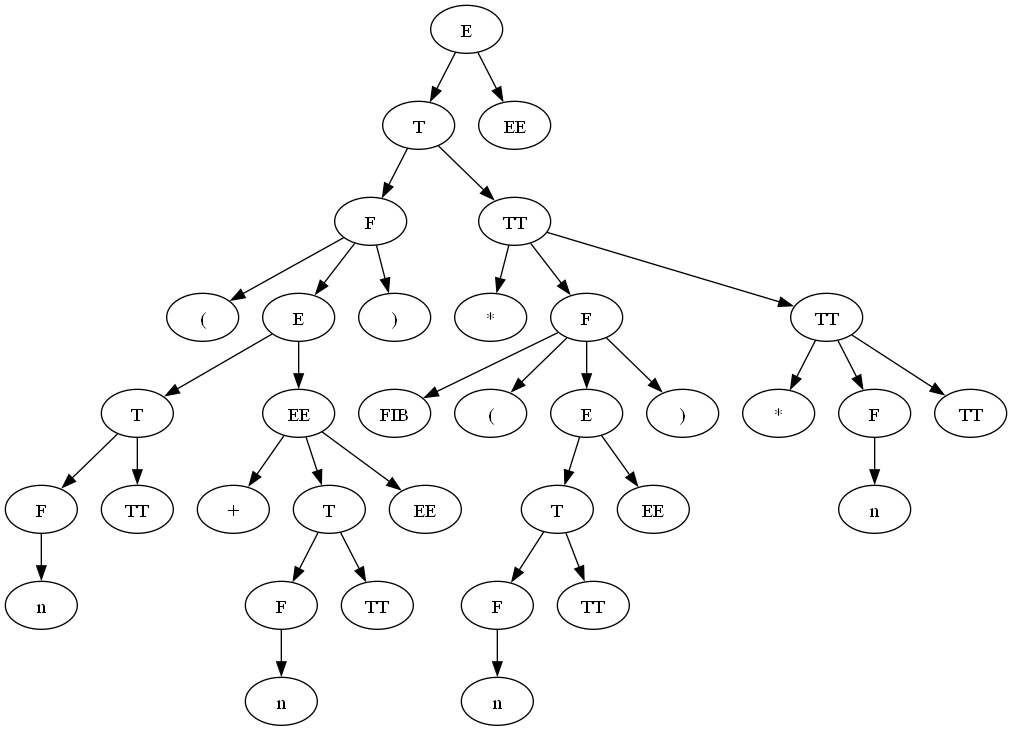
Before: lab4/graphA3.png, a diagram exported from Graphviz (Ultimatereo/MT). Its source is kept beside it as lab4/graphA3.dot. Source of this version:
```dot
digraph ParserResult {
"NonTerminal[name=E]_74" [label="E"]
"NonTerminal[name=T]_72" [label="T"]
"NonTerminal[name=E]_74"->"NonTerminal[name=T]_72";
"NonTerminal[name=T]_72" [label="T"]
"NonTerminal[name=F]_54" [label="F"]
"NonTerminal[name=T]_72"->"NonTerminal[name=F]_54";
"NonTerminal[name=F]_54" [label="F"]
"Token{name='(', value='('}_40" [label="("]
"NonTerminal[name=F]_54"->"Token{name='(', value='('}_40";
"Token{name='(', value='('}_40" [label="("]
"NonTerminal[name=E]_52" [label="E"]
"NonTerminal[name=F]_54"->"NonTerminal[name=E]_52";
"NonTerminal[name=E]_52" [label="E"]
"NonTerminal[name=T]_44" [label="T"]
"NonTerminal[name=E]_52"->"NonTerminal[name=T]_44";
"NonTerminal[name=T]_44" [label="T"]
"NonTerminal[name=F]_42" [label="F"]
"NonTerminal[name=T]_44"->"NonTerminal[name=F]_42";
"NonTerminal[name=F]_42" [label="F"]
"Token{name='n', value='1'}_41" [label="n"]
"NonTerminal[name=F]_42"->"Token{name='n', value='1'}_41";
"Token{name='n', value='1'}_41" [label="n"]
"NonTerminal[name=TT]_43" [label="TT"]
"NonTerminal[name=T]_44"->"NonTerminal[name=TT]_43";
"NonTerminal[name=TT]_43" [label="TT"]
"NonTerminal[name=EE]_51" [label="EE"]
"NonTerminal[name=E]_52"->"NonTerminal[name=EE]_51";
"NonTerminal[name=EE]_51" [label="EE"]
"Token{name='+', value='+'}_45" [label="+"]
"NonTerminal[name=EE]_51"->"Token{name='+', value='+'}_45";
"Token{name='+', value='+'}_45" [label="+"]
"NonTerminal[name=T]_49" [label="T"]
"NonTerminal[name=EE]_51"->"NonTerminal[name=T]_49";
"NonTerminal[name=T]_49" [label="T"]
"NonTerminal[name=F]_47" [label="F"]
"NonTerminal[name=T]_49"->"NonTerminal[name=F]_47";
"NonTerminal[name=F]_47" [label="F"]
"Token{name='n', value='2'}_46" [label="n"]
"NonTerminal[name=F]_47"->"Token{name='n', value='2'}_46";
"Token{name='n', value='2'}_46" [label="n"]
"NonTerminal[name=TT]_48" [label="TT"]
"NonTerminal[name=T]_49"->"NonTerminal[name=TT]_48";
"NonTerminal[name=TT]_48" [label="TT"]
"NonTerminal[name=EE]_50" [label="EE"]
"NonTerminal[name=EE]_51"->"NonTerminal[name=EE]_50";
"NonTerminal[name=EE]_50" [label="EE"]
"Token{name=')', value=')'}_53" [label=")"]
"NonTerminal[name=F]_54"->"Token{name=')', value=')'}_53";
"Token{name=')', value=')'}_53" [label=")"]
"NonTerminal[name=TT]_71" [label="TT"]
"NonTerminal[name=T]_72"->"NonTerminal[name=TT]_71";
"NonTerminal[name=TT]_71" [label="TT"]
"Token{name='*', value='*'}_55" [label="*"]
"NonTerminal[name=TT]_71"->"Token{name='*', value='*'}_55";
"Token{name='*', value='*'}_55" [label="*"]
"NonTerminal[name=F]_65" [label="F"]
"NonTerminal[name=TT]_71"->"NonTerminal[name=F]_65";
"NonTerminal[name=F]_65" [label="F"]
"Token{name='FIB', value='fib'}_56" [label="FIB"]
"NonTerminal[name=F]_65"->"Token{name='FIB', value='fib'}_56";
"Token{name='FIB', value='fib'}_56" [label="FIB"]
"Token{name='(', value='('}_57" [label="("]
"NonTerminal[name=F]_65"->"Token{name='(', value='('}_57";
"Token{name='(', value='('}_57" [label="("]
"NonTerminal[name=E]_63" [label="E"]
"NonTerminal[name=F]_65"->"NonTerminal[name=E]_63";
"NonTerminal[name=E]_63" [label="E"]
"NonTerminal[name=T]_61" [label="T"]
"NonTerminal[name=E]_63"->"NonTerminal[name=T]_61";
"NonTerminal[name=T]_61" [label="T"]
"NonTerminal[name=F]_59" [label="F"]
"NonTerminal[name=T]_61"->"NonTerminal[name=F]_59";
"NonTerminal[name=F]_59" [label="F"]
"Token{name='n', value='3'}_58" [label="n"]
"NonTerminal[name=F]_59"->"Token{name='n', value='3'}_58";
"Token{name='n', value='3'}_58" [label="n"]
"NonTerminal[name=TT]_60" [label="TT"]
"NonTerminal[name=T]_61"->"NonTerminal[name=TT]_60";
"NonTerminal[name=TT]_60" [label="TT"]
"NonTerminal[name=EE]_62" [label="EE"]
"NonTerminal[name=E]_63"->"NonTerminal[name=EE]_62";
"NonTerminal[name=EE]_62" [label="EE"]
"Token{name=')', value=')'}_64" [label=")"]
"NonTerminal[name=F]_65"->"Token{name=')', value=')'}_64";
"Token{name=')', value=')'}_64" [label=")"]
"NonTerminal[name=TT]_70" [label="TT"]
"NonTerminal[name=TT]_71"->"NonTerminal[name=TT]_70";
"NonTerminal[name=TT]_70" [label="TT"]
"Token{name='*', value='*'}_66" [label="*"]
"NonTerminal[name=TT]_70"->"Token{name='*', value='*'}_66";
"Token{name='*', value='*'}_66" [label="*"]
"NonTerminal[name=F]_68" [label="F"]
"NonTerminal[name=TT]_70"->"NonTerminal[name=F]_68";
"NonTerminal[name=F]_68" [label="F"]
"Token{name='n', value='2'}_67" [label="n"]
"NonTerminal[name=F]_68"->"Token{name='n', value='2'}_67";
"Token{name='n', value='2'}_67" [label="n"]
"NonTerminal[name=TT]_69" [label="TT"]
"NonTerminal[name=TT]_70"->"NonTerminal[name=TT]_69";
"NonTerminal[name=TT]_69" [label="TT"]
"NonTerminal[name=EE]_73" [label="EE"]
"NonTerminal[name=E]_74"->"NonTerminal[name=EE]_73";
"NonTerminal[name=EE]_73" [label="EE"]
}
```
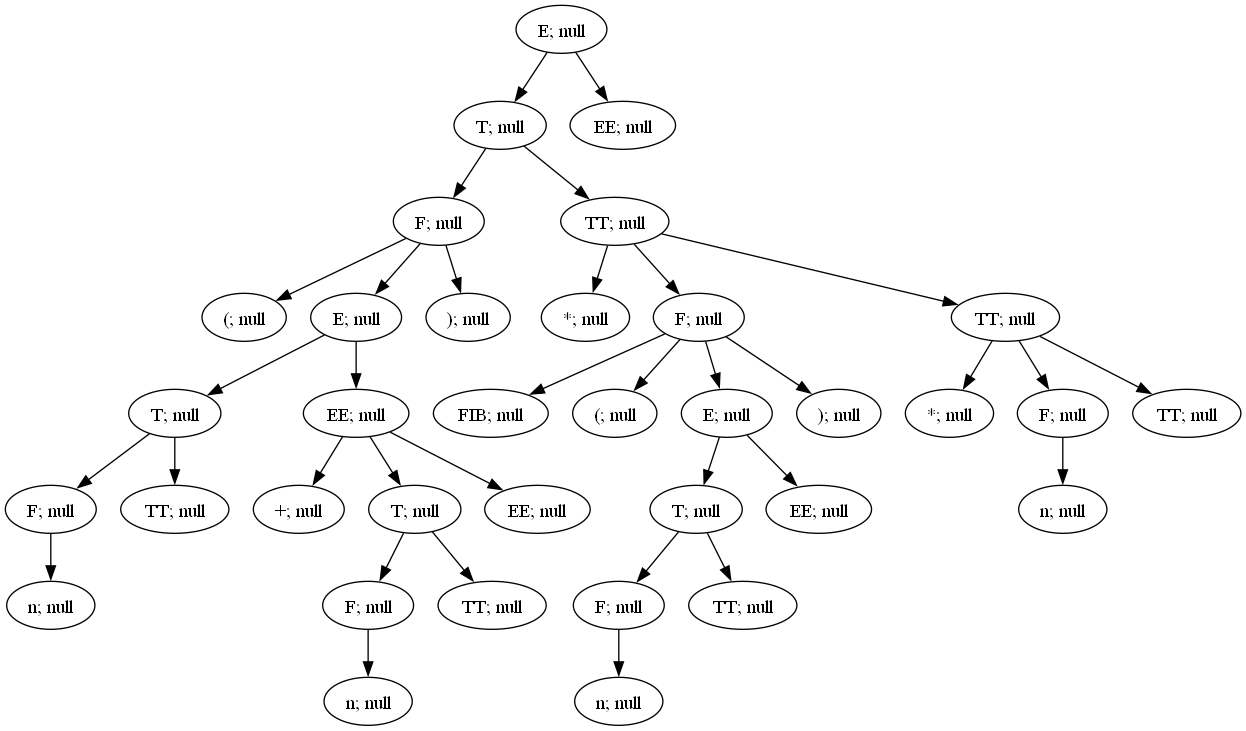
Above is the later version.

What changed in the source:
```diff
@@ -1,105 +1,105 @@
 digraph ParserResult {
-"NonTerminal[name=E]_74" [label="E"]
-"NonTerminal[name=T]_72" [label="T"]
+"NonTerminal[name=E]_74" [label="E; null"]
+"NonTerminal[name=T]_72" [label="T; null"]
 "NonTerminal[name=E]_74"->"NonTerminal[name=T]_72";
-"NonTerminal[name=T]_72" [label="T"]
-"NonTerminal[name=F]_54" [label="F"]
+"NonTerminal[name=T]_72" [label="T; null"]
+"NonTerminal[name=F]_54" [label="F; null"]
 "NonTerminal[name=T]_72"->"NonTerminal[name=F]_54";
-"NonTerminal[name=F]_54" [label="F"]
-"Token{name='(', value='('}_40" [label="("]
+"NonTerminal[name=F]_54" [label="F; null"]
+"Token{name='(', value='('}_40" [label="(; null"]
 "NonTerminal[name=F]_54"->"Token{name='(', value='('}_40";
-"Token{name='(', value='('}_40" [label="("]
-"NonTerminal[name=E]_52" [label="E"]
+"Token{name='(', value='('}_40" [label="(; null"]
+"NonTerminal[name=E]_52" [label="E; null"]
 "NonTerminal[name=F]_54"->"NonTerminal[name=E]_52";
-"NonTerminal[name=E]_52" [label="E"]
-"NonTerminal[name=T]_44" [label="T"]
+"NonTerminal[name=E]_52" [label="E; null"]
+"NonTerminal[name=T]_44" [label="T; null"]
 "NonTerminal[name=E]_52"->"NonTerminal[name=T]_44";
-"NonTerminal[name=T]_44" [label="T"]
-"NonTerminal[name=F]_42" [label="F"]
+"NonTerminal[name=T]_44" [label="T; null"]
+"NonTerminal[name=F]_42" [label="F; null"]
 "NonTerminal[name=T]_44"->"NonTerminal[name=F]_42";
-"NonTerminal[name=F]_42" [label="F"]
-"Token{name='n', value='1'}_41" [label="n"]
+"NonTerminal[name=F]_42" [label="F; null"]
+"Token{name='n', value='1'}_41" [label="n; null"]
 "NonTerminal[name=F]_42"->"Token{name='n', value='1'}_41";
-"Token{name='n', value='1'}_41" [label="n"]
-"NonTerminal[name=TT]_43" [label="TT"]
+"Token{name='n', value='1'}_41" [label="n; null"]
+"NonTerminal[name=TT]_43" [label="TT; null"]
 "NonTerminal[name=T]_44"->"NonTerminal[name=TT]_43";
-"NonTerminal[name=TT]_43" [label="TT"]
-"NonTerminal[name=EE]_51" [label="EE"]
+"NonTerminal[name=TT]_43" [label="TT; null"]
+"NonTerminal[name=EE]_51" [label="EE; null"]
 "NonTerminal[name=E]_52"->"NonTerminal[name=EE]_51";
-"NonTerminal[name=EE]_51" [label="EE"]
-"Token{name='+', value='+'}_45" [label="+"]
+"NonTerminal[name=EE]_51" [label="EE; null"]
+"Token{name='+', value='+'}_45" [label="+; null"]
 "NonTerminal[name=EE]_51"->"Token{name='+', value='+'}_45";
-"Token{name='+', value='+'}_45" [label="+"]
-"NonTerminal[name=T]_49" [label="T"]
+"Token{name='+', value='+'}_45" [label="+; null"]
+"NonTerminal[name=T]_49" [label="T; null"]
 "NonTerminal[name=EE]_51"->"NonTerminal[name=T]_49";
-"NonTerminal[name=T]_49" [label="T"]
-"NonTerminal[name=F]_47" [label="F"]
+"NonTerminal[name=T]_49" [label="T; null"]
+"NonTerminal[name=F]_47" [label="F; null"]
 "NonTerminal[name=T]_49"->"NonTerminal[name=F]_47";
-"NonTerminal[name=F]_47" [label="F"]
-"Token{name='n', value='2'}_46" [label="n"]
+"NonTerminal[name=F]_47" [label="F; null"]
+"Token{name='n', value='2'}_46" [label="n; null"]
 "NonTerminal[name=F]_47"->"Token{name='n', value='2'}_46";
-"Token{name='n', value='2'}_46" [label="n"]
-"NonTerminal[name=TT]_48" [label="TT"]
+"Token{name='n', value='2'}_46" [label="n; null"]
+"NonTerminal[name=TT]_48" [label="TT; null"]
 "NonTerminal[name=T]_49"->"NonTerminal[name=TT]_48";
-"NonTerminal[name=TT]_48" [label="TT"]
-"NonTerminal[name=EE]_50" [label="EE"]
+"NonTerminal[name=TT]_48" [label="TT; null"]
+"NonTerminal[name=EE]_50" [label="EE; null"]
 "NonTerminal[name=EE]_51"->"NonTerminal[name=EE]_50";
-"NonTerminal[name=EE]_50" [label="EE"]
-"Token{name=')', value=')'}_53" [label=")"]
+"NonTerminal[name=EE]_50" [label="EE; null"]
+"Token{name=')', value=')'}_53" [label="); null"]
 "NonTerminal[name=F]_54"->"Token{name=')', value=')'}_53";
-"Token{name=')', value=')'}_53" [label=")"]
-"NonTerminal[name=TT]_71" [label="TT"]
+"Token{name=')', value=')'}_53" [label="); null"]
+"NonTerminal[name=TT]_71" [label="TT; null"]
 "NonTerminal[name=T]_72"->"NonTerminal[name=TT]_71";
-"NonTerminal[name=TT]_71" [label="TT"]
-"Token{name='*', value='*'}_55" [label="*"]
+"NonTerminal[name=TT]_71" [label="TT; null"]
+"Token{name='*', value='*'}_55" [label="*; null"]
 "NonTerminal[name=TT]_71"->"Token{name='*', value='*'}_55";
-"Token{name='*', value='*'}_55" [label="*"]
-"NonTerminal[name=F]_65" [label="F"]
+"Token{name='*', value='*'}_55" [label="*; null"]
+"NonTerminal[name=F]_65" [label="F; null"]
 "NonTerminal[name=TT]_71"->"NonTerminal[name=F]_65";
-"NonTerminal[name=F]_65" [label="F"]
-"Token{name='FIB', value='fib'}_56" [label="FIB"]
+"NonTerminal[name=F]_65" [label="F; null"]
+"Token{name='FIB', value='fib'}_56" [label="FIB; null"]
 "NonTerminal[name=F]_65"->"Token{name='FIB', value='fib'}_56";
-"Token{name='FIB', value='fib'}_56" [label="FIB"]
-"Token{name='(', value='('}_57" [label="("]
+"Token{name='FIB', value='fib'}_56" [label="FIB; null"]
+"Token{name='(', value='('}_57" [label="(; null"]
 "NonTerminal[name=F]_65"->"Token{name='(', value='('}_57";
-"Token{name='(', value='('}_57" [label="("]
-"NonTerminal[name=E]_63" [label="E"]
+"Token{name='(', value='('}_57" [label="(; null"]
+"NonTerminal[name=E]_63" [label="E; null"]
 "NonTerminal[name=F]_65"->"NonTerminal[name=E]_63";
-"NonTerminal[name=E]_63" [label="E"]
-"NonTerminal[name=T]_61" [label="T"]
+"NonTerminal[name=E]_63" [label="E; null"]
+"NonTerminal[name=T]_61" [label="T; null"]
 "NonTerminal[name=E]_63"->"NonTerminal[name=T]_61";
-"NonTerminal[name=T]_61" [label="T"]
-"NonTerminal[name=F]_59" [label="F"]
+"NonTerminal[name=T]_61" [label="T; null"]
+"NonTerminal[name=F]_59" [label="F; null"]
 "NonTerminal[name=T]_61"->"NonTerminal[name=F]_59";
-"NonTerminal[name=F]_59" [label="F"]
-"Token{name='n', value='3'}_58" [label="n"]
+"NonTerminal[name=F]_59" [label="F; null"]
+"Token{name='n', value='3'}_58" [label="n; null"]
 "NonTerminal[name=F]_59"->"Token{name='n', value='3'}_58";
-"Token{name='n', value='3'}_58" [label="n"]
-"NonTerminal[name=TT]_60" [label="TT"]
+"Token{name='n', value='3'}_58" [label="n; null"]
+"NonTerminal[name=TT]_60" [label="TT; null"]
 "NonTerminal[name=T]_61"->"NonTerminal[name=TT]_60";
-"NonTerminal[name=TT]_60" [label="TT"]
-"NonTerminal[name=EE]_62" [label="EE"]
+"NonTerminal[name=TT]_60" [label="TT; null"]
+"NonTerminal[name=EE]_62" [label="EE; null"]
 "NonTerminal[name=E]_63"->"NonTerminal[name=EE]_62";
-"NonTerminal[name=EE]_62" [label="EE"]
-"Token{name=')', value=')'}_64" [label=")"]
+"NonTerminal[name=EE]_62" [label="EE; null"]
+"Token{name=')', value=')'}_64" [label="); null"]
 "NonTerminal[name=F]_65"->"Token{name=')', value=')'}_64";
-"Token{name=')', value=')'}_64" [label=")"]
-"NonTerminal[name=TT]_70" [label="TT"]
+"Token{name=')', value=')'}_64" [label="); null"]
+"NonTerminal[name=TT]_70" [label="TT; null"]
 "NonTerminal[name=TT]_71"->"NonTerminal[name=TT]_70";
-"NonTerminal[name=TT]_70" [label="TT"]
-"Token{name='*', value='*'}_66" [label="*"]
+"NonTerminal[name=TT]_70" [label="TT; null"]
+"Token{name='*', value='*'}_66" [label="*; null"]
 "NonTerminal[name=TT]_70"->"Token{name='*', value='*'}_66";
-"Token{name='*', value='*'}_66" [label="*"]
-"NonTerminal[name=F]_68" [label="F"]
+"Token{name='*', value='*'}_66" [label="*; null"]
+"NonTerminal[name=F]_68" [label="F; null"]
 "NonTerminal[name=TT]_70"->"NonTerminal[name=F]_68";
-"NonTerminal[name=F]_68" [label="F"]
-"Token{name='n', value='2'}_67" [label="n"]
+"NonTerminal[name=F]_68" [label="F; null"]
+"Token{name='n', value='2'}_67" [label="n; null"]
 "NonTerminal[name=F]_68"->"Token{name='n', value='2'}_67";
-"Token{name='n', value='2'}_67" [label="n"]
-"NonTerminal[name=TT]_69" [label="TT"]
+"Token{name='n', value='2'}_67" [label="n; null"]
+"NonTerminal[name=TT]_69" [label="TT; null"]
 "NonTerminal[name=TT]_70"->"NonTerminal[name=TT]_69";
-"NonTerminal[name=TT]_69" [label="TT"]
-"NonTerminal[name=EE]_73" [label="EE"]
+"NonTerminal[name=TT]_69" [label="TT; null"]
+"NonTerminal[name=EE]_73" [label="EE; null"]
 "NonTerminal[name=E]_74"->"NonTerminal[name=EE]_73";
-"NonTerminal[name=EE]_73" [label="EE"]
+"NonTerminal[name=EE]_73" [label="EE; null"]
 }
```
